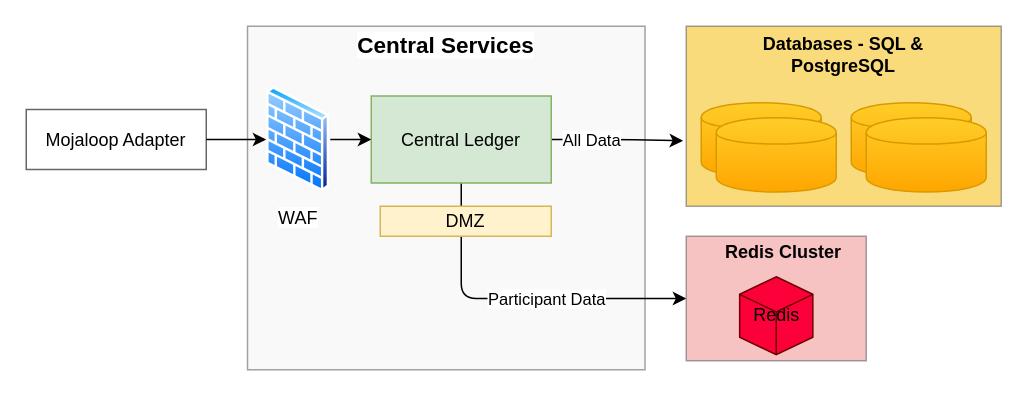
Before: page "as is - central ledger" (1 of 2) of solution_design/central-ledger-diagram-as-is.drawio in coilhq/mucoa, a draw.io diagram. Source tidied: cells renumbered, new cells numbered last; positions are measured from the earlier drawing's top-left corner, leaving out a move shared by most shapes. Both pictures are drawn from the tidied source at 150%, with x=0, y=0 at pixel (26, 26).
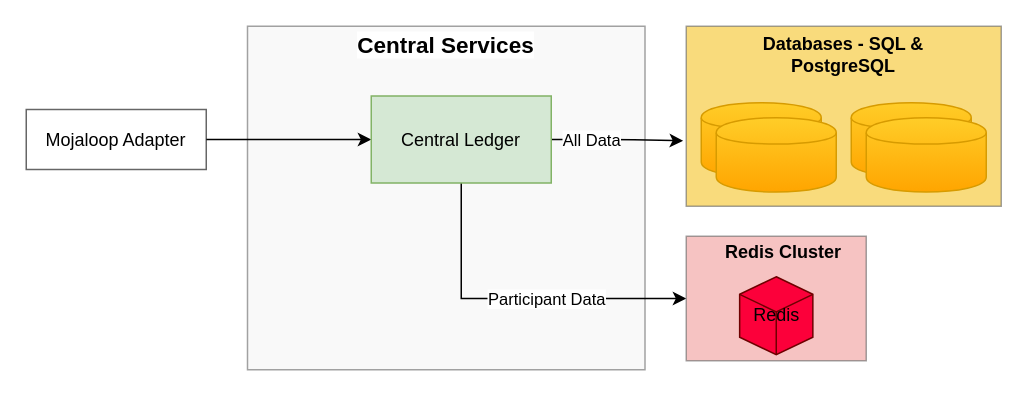
After the change.

Unchanged cells that the change refers to:
```xml
<mxCell id="8" value="Mojaloop Adapter" style="rounded=0;whiteSpace=wrap;html=1;fontSize=12;opacity=60;fontStyle=0;" parent="1" vertex="1">
  <mxGeometry y="55.5" width="120" height="40" as="geometry" />
</mxCell>
<mxCell id="11" value="&lt;font color=&quot;#000000&quot;&gt;&lt;span&gt;Central Ledger&lt;/span&gt;&lt;br&gt;&lt;/font&gt;" style="rounded=0;whiteSpace=wrap;html=1;fillColor=#d5e8d4;strokeColor=#82b366;fontStyle=0;" parent="1" vertex="1">
  <mxGeometry x="230" y="46.5" width="120" height="58" as="geometry" />
</mxCell>
<mxCell id="13" style="rounded=0;whiteSpace=wrap;html=1;fillColor=#F19C99;strokeColor=#666666;fontColor=#333333;opacity=60;" parent="1" vertex="1">
  <mxGeometry x="440" y="140" width="120" height="83" as="geometry" />
</mxCell>
```

What changed in the source:
```diff
@@
-    <mxCell id="7" style="edgeStyle=orthogonalEdgeStyle;rounded=1;jettySize=auto;html=1;exitX=1;exitY=0.5;exitDx=0;exitDy=0;entryX=0;entryY=0.5;entryDx=0;entryDy=0;fontSize=12;" parent="1" edge="1" source="8" target="17">
+    <mxCell id="7" style="edgeStyle=orthogonalEdgeStyle;rounded=1;jettySize=auto;html=1;exitX=1;exitY=0.5;exitDx=0;exitDy=0;entryX=0;entryY=0.5;entryDx=0;entryDy=0;fontSize=12;" parent="1" edge="1" source="8" target="11">
       <mxGeometry relative="1" as="geometry" />
     </mxCell>
@@
-    <mxCell id="10" value="Participant Data" style="edgeStyle=orthogonalEdgeStyle;rounded=1;jettySize=auto;html=1;exitX=0.5;exitY=1;exitDx=0;exitDy=0;entryX=0;entryY=0.5;entryDx=0;entryDy=0;" parent="1" edge="1" source="11" target="13">
+    <mxCell id="10" value="Participant Data" style="edgeStyle=orthogonalEdgeStyle;rounded=0;jettySize=auto;html=1;exitX=0.5;exitY=1;exitDx=0;exitDy=0;entryX=0;entryY=0.5;entryDx=0;entryDy=0;" parent="1" edge="1" source="11" target="13">
       <mxGeometry x="0.18" relative="1" as="geometry" />
     </mxCell>
@@
-    <mxCell id="12" value="&lt;font color=&quot;#000000&quot;&gt;DMZ&lt;/font&gt;" style="rounded=0;whiteSpace=wrap;html=1;fillColor=#fff2cc;strokeColor=#d6b656;" parent="1" vertex="1">
-      <mxGeometry x="236" y="120" width="114" height="20" as="geometry" />
-    </mxCell>
@@
-    <mxCell id="16" style="edgeStyle=orthogonalEdgeStyle;rounded=1;jettySize=auto;html=1;exitX=1;exitY=0.5;exitDx=0;exitDy=0;fontSize=12;" parent="1" edge="1" source="17" target="11">
-      <mxGeometry relative="1" as="geometry" />
-    </mxCell>
-    <mxCell id="17" value="WAF" style="perimeter=ellipsePerimeter;html=1;align=center;shadow=0;dashed=0;spacingTop=3;image;image=img/lib/active_directory/firewall.svg;fontSize=12;" parent="1" vertex="1">
-      <mxGeometry x="160" y="40.5" width="42.7" height="70" as="geometry" />
-    </mxCell>
```
